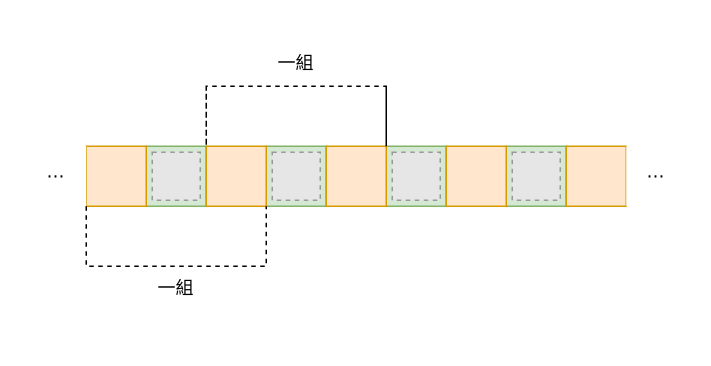
rickbsr/example-leetcode keeps this draw.io diagram as page "第 2 页" (2 of 6) of docs/0605_can_place_flowers.drawio. Above is the earlier version. Source tidied: cells renumbered, new cells numbered last; positions are measured from the earlier drawing's top-left corner, leaving out a move shared by most shapes. Both pictures are drawn from the tidied source at 150%, with x=0, y=0 at pixel (26, 40). Pictures stored in the file or linked from it are replaced by grey dashed boxes.
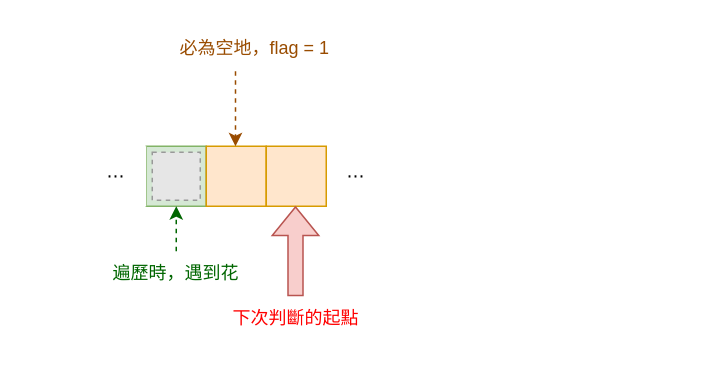
The same page after the edit.

Unchanged cells that the change refers to:
```xml
<mxCell id="2" style="rounded=0;whiteSpace=wrap;html=1;fillColor=#d5e8d4;strokeColor=#82b366;" parent="1" vertex="1">
  <mxGeometry x="80" y="70" width="40" height="40" as="geometry" />
</mxCell>
<mxCell id="10" style="rounded=0;whiteSpace=wrap;html=1;fillColor=#ffe6cc;strokeColor=#d79b00;" parent="1" vertex="1">
  <mxGeometry x="120" y="70" width="40" height="40" as="geometry" />
</mxCell>
```

What changed in the source:
```diff
@@
-    <mxCell id="4" style="rounded=0;whiteSpace=wrap;html=1;fillColor=#d5e8d4;strokeColor=#82b366;" parent="1" vertex="1">
-      <mxGeometry x="160" y="70" width="40" height="40" as="geometry" />
-    </mxCell>
-    <mxCell id="5" style="fillColor=#E6E6E6;strokeColor=#999999;dashed=1;verticalLabelPosition=bottom;labelBackgroundColor=default;verticalAlign=top;" parent="1" vertex="1">
-      <mxGeometry x="164" y="74" width="32" height="32" as="geometry" />
-    </mxCell>
-    <mxCell id="6" style="rounded=0;whiteSpace=wrap;html=1;fillColor=#d5e8d4;strokeColor=#82b366;" parent="1" vertex="1">
-      <mxGeometry x="240" y="70" width="40" height="40" as="geometry" />
-    </mxCell>
-    <mxCell id="7" style="fillColor=#E6E6E6;strokeColor=#999999;dashed=1;verticalLabelPosition=bottom;labelBackgroundColor=default;verticalAlign=top;" parent="1" vertex="1">
-      <mxGeometry x="244" y="74" width="32" height="32" as="geometry" />
-    </mxCell>
-    <mxCell id="8" style="rounded=0;whiteSpace=wrap;html=1;fillColor=#d5e8d4;strokeColor=#82b366;" parent="1" vertex="1">
-      <mxGeometry x="320" y="70" width="40" height="40" as="geometry" />
-    </mxCell>
-    <mxCell id="9" style="fillColor=#E6E6E6;strokeColor=#999999;dashed=1;verticalLabelPosition=bottom;labelBackgroundColor=default;verticalAlign=top;" parent="1" vertex="1">
-      <mxGeometry x="324" y="74" width="32" height="32" as="geometry" />
-    </mxCell>
@@
-    <mxCell id="11" style="rounded=0;whiteSpace=wrap;html=1;fillColor=#ffe6cc;strokeColor=#d79b00;" parent="1" vertex="1">
-      <mxGeometry x="200" y="70" width="40" height="40" as="geometry" />
-    </mxCell>
-    <mxCell id="12" style="rounded=0;whiteSpace=wrap;html=1;fillColor=#ffe6cc;strokeColor=#d79b00;" parent="1" vertex="1">
-      <mxGeometry x="280" y="70" width="40" height="40" as="geometry" />
-    </mxCell>
-    <mxCell id="13" style="rounded=0;whiteSpace=wrap;html=1;fillColor=#ffe6cc;strokeColor=#d79b00;" parent="1" vertex="1">
-      <mxGeometry x="360" y="70" width="40" height="40" as="geometry" />
-    </mxCell>
     <mxCell id="14" value="⋯" style="rounded=0;whiteSpace=wrap;html=1;strokeColor=none;" parent="1" vertex="1">
-      <mxGeometry x="400" y="70" width="40" height="40" as="geometry" />
+      <mxGeometry x="200" y="70" width="40" height="40" as="geometry" />
     </mxCell>
-    <mxCell id="15" style="rounded=0;whiteSpace=wrap;html=1;fillColor=#ffe6cc;strokeColor=#d79b00;" parent="1" vertex="1">
-      <mxGeometry x="40" y="70" width="40" height="40" as="geometry" />
-    </mxCell>
     <mxCell id="16" value="⋯" style="rounded=0;whiteSpace=wrap;html=1;strokeColor=none;" parent="1" vertex="1">
-      <mxGeometry y="70" width="40" height="40" as="geometry" />
+      <mxGeometry x="40" y="70" width="40" height="40" as="geometry" />
     </mxCell>
-    <mxCell id="17" style="endArrow=none;dashed=1;html=1;strokeWidth=1;rounded=0;exitX=1;exitY=1;exitDx=0;exitDy=0;entryX=1;entryY=1;entryDx=0;entryDy=0;" parent="1" edge="1" source="16" target="10">
-      <mxGeometry relative="1" as="geometry">
-        <Array as="points">
-          <mxPoint x="40" y="150" />
-          <mxPoint x="160" y="150" />
-        </Array>
-      </mxGeometry>
-    </mxCell>
-    <mxCell id="18" value="一組" style="text;html=1;strokeColor=none;fillColor=none;align=center;verticalAlign=middle;whiteSpace=wrap;rounded=0;" parent="1" vertex="1">
-      <mxGeometry x="70" y="150" width="60" height="30" as="geometry" />
-    </mxCell>
-    <mxCell id="19" style="endArrow=none;dashed=1;html=1;strokeWidth=1;rounded=0;" parent="1" edge="1">
-      <mxGeometry relative="1" as="geometry">
-        <mxPoint x="120" y="30" as="sourcePoint" />
-        <mxPoint x="240" y="30" as="targetPoint" />
-        <Array as="points">
-          <mxPoint x="120" y="70" />
-          <mxPoint x="120" y="30" />
-          <mxPoint x="240" y="30" />
-          <mxPoint x="240" y="70" />
-        </Array>
-      </mxGeometry>
-    </mxCell>
-    <mxCell id="20" value="一組" style="text;html=1;strokeColor=none;fillColor=none;align=center;verticalAlign=middle;whiteSpace=wrap;rounded=0;" parent="1" vertex="1">
-      <mxGeometry x="150" width="60" height="30" as="geometry" />
-    </mxCell>
+    <mxCell id="21" style="endArrow=classic;html=1;rounded=0;strokeColor=#006600;strokeWidth=1;fontSize=15;dashed=1;entryX=0.5;entryY=1;entryDx=0;entryDy=0;fontColor=#006600;" parent="1" edge="1" target="2">
+      <mxGeometry relative="1" as="geometry">
+        <mxPoint x="100" y="140" as="sourcePoint" />
+      </mxGeometry>
+    </mxCell>
+    <mxCell id="22" value="遍歷時，遇到花" style="text;html=1;strokeColor=none;fillColor=none;align=center;verticalAlign=middle;whiteSpace=wrap;rounded=0;fontColor=#006600;" parent="1" vertex="1">
+      <mxGeometry x="55" y="140" width="90" height="30" as="geometry" />
+    </mxCell>
+    <mxCell id="23" style="rounded=0;whiteSpace=wrap;html=1;fillColor=#ffe6cc;strokeColor=#d79b00;" parent="1" vertex="1">
+      <mxGeometry x="160" y="70" width="40" height="40" as="geometry" />
+    </mxCell>
+    <mxCell id="24" value="必為空地，flag = 1" style="text;html=1;strokeColor=none;fillColor=none;align=center;verticalAlign=middle;whiteSpace=wrap;rounded=0;fontColor=#994C00;" parent="1" vertex="1">
+      <mxGeometry x="95" y="-10" width="115" height="30" as="geometry" />
+    </mxCell>
+    <mxCell id="25" style="endArrow=classic;html=1;rounded=0;dashed=1;strokeColor=#994C00;strokeWidth=1;fontSize=15;fontColor=#006600;" parent="1" edge="1">
+      <mxGeometry relative="1" as="geometry">
+        <mxPoint x="139.5" y="20" as="sourcePoint" />
+        <mxPoint x="139.5" y="70" as="targetPoint" />
+      </mxGeometry>
+    </mxCell>
+    <mxCell id="26" style="shape=flexArrow;endArrow=classic;html=1;rounded=0;strokeColor=#b85450;strokeWidth=1;fontSize=15;fontColor=#994C00;fillColor=#f8cecc;" parent="1" edge="1">
+      <mxGeometry relative="1" as="geometry">
+        <mxPoint x="179.5" y="170" as="sourcePoint" />
+        <mxPoint x="179.5" y="110" as="targetPoint" />
+      </mxGeometry>
+    </mxCell>
+    <mxCell id="27" value="下次判斷的起點" style="text;html=1;strokeColor=none;fillColor=none;align=center;verticalAlign=middle;whiteSpace=wrap;rounded=0;fontColor=#FF0000;" parent="1" vertex="1">
+      <mxGeometry x="135" y="170" width="90" height="30" as="geometry" />
+    </mxCell>
```
